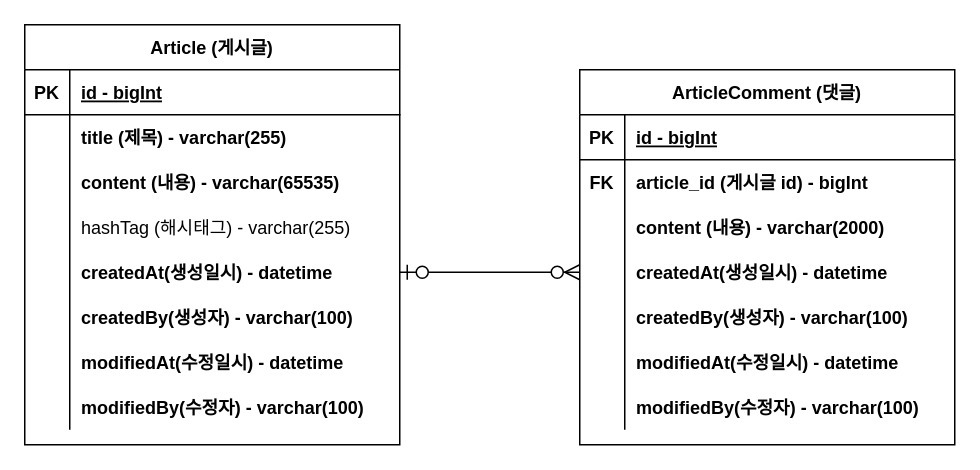
hsyoodev/fastcampus-project-board keeps this draw.io diagram as document/project-board-erd.drawio. Above is the earlier version. Source tidied: cells renumbered, new cells numbered last; positions are measured from the earlier drawing's top-left corner, leaving out a move shared by most shapes. Both pictures are drawn from the tidied source at 150%, with x=0, y=0 at pixel (24, 24).
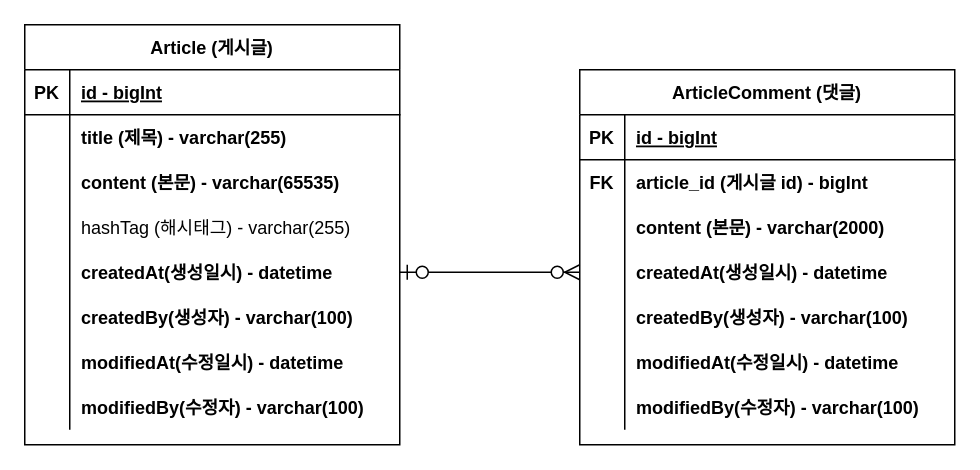
After the change.

Commit message:
#9 - ERD 주석 업데이트 project-board-erd.svg

Unchanged cells that the change refers to:
```xml
<mxCell id="9" style="shape=partialRectangle;fillColor=none;top=0;left=0;right=0;bottom=0;fontStyle=1;" parent="2" vertex="1">
  <mxGeometry y="90" width="250" height="30" as="geometry" />
</mxCell>
<mxCell id="31" style="shape=partialRectangle;fillColor=none;top=0;left=0;right=0;bottom=0;fontStyle=1;" parent="24" vertex="1">
  <mxGeometry y="90" width="250" height="30" as="geometry" />
</mxCell>
```

The edit, as a diff of the source:
```diff
@@
-    <mxCell id="11" value="content (내용) - varchar(2000)" style="shape=partialRectangle;overflow=hidden;fillColor=none;top=0;left=0;bottom=0;right=0;align=left;spacingLeft=6;fontStyle=1;" parent="9" vertex="1">
+    <mxCell id="11" value="content (본문) - varchar(2000)" style="shape=partialRectangle;overflow=hidden;fillColor=none;top=0;left=0;bottom=0;right=0;align=left;spacingLeft=6;fontStyle=1;" parent="9" vertex="1">
       <mxGeometry x="30" width="220" height="30" as="geometry" />
     </mxCell>
@@
-    <mxCell id="33" value="content (내용) - varchar(65535)" style="shape=partialRectangle;overflow=hidden;fillColor=none;top=0;left=0;bottom=0;right=0;align=left;spacingLeft=6;fontStyle=1;" parent="31" vertex="1">
+    <mxCell id="33" value="content (본문) - varchar(65535)" style="shape=partialRectangle;overflow=hidden;fillColor=none;top=0;left=0;bottom=0;right=0;align=left;spacingLeft=6;fontStyle=1;" parent="31" vertex="1">
       <mxGeometry x="30" width="220" height="30" as="geometry" />
     </mxCell>
```
